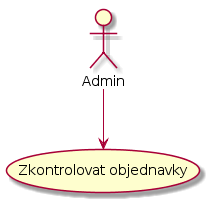
Internet-Handel/postman keeps this PlantUML diagram as docs/diagrams/out/ucs-admin.png. Above is the earlier version. Its diagram source:
```plantuml
@startuml
actor :Admin: as admin

(Zkontrolovat objednavky) as (check_orders)

admin --> (check_orders)
@enduml
```
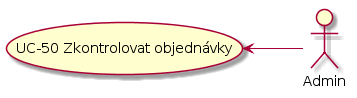
After the commit.

What changed in the source:
```diff
@@ -1,7 +1,9 @@
 @startuml
+left to right direction
+
 actor :Admin: as admin
 
-(Zkontrolovat objednavky) as (check_orders)
+(UC-50 Zkontrolovat objednávky) as (UC-50)
 
-admin --> (check_orders)
+admin -up-> (UC-50)
 @enduml
```
